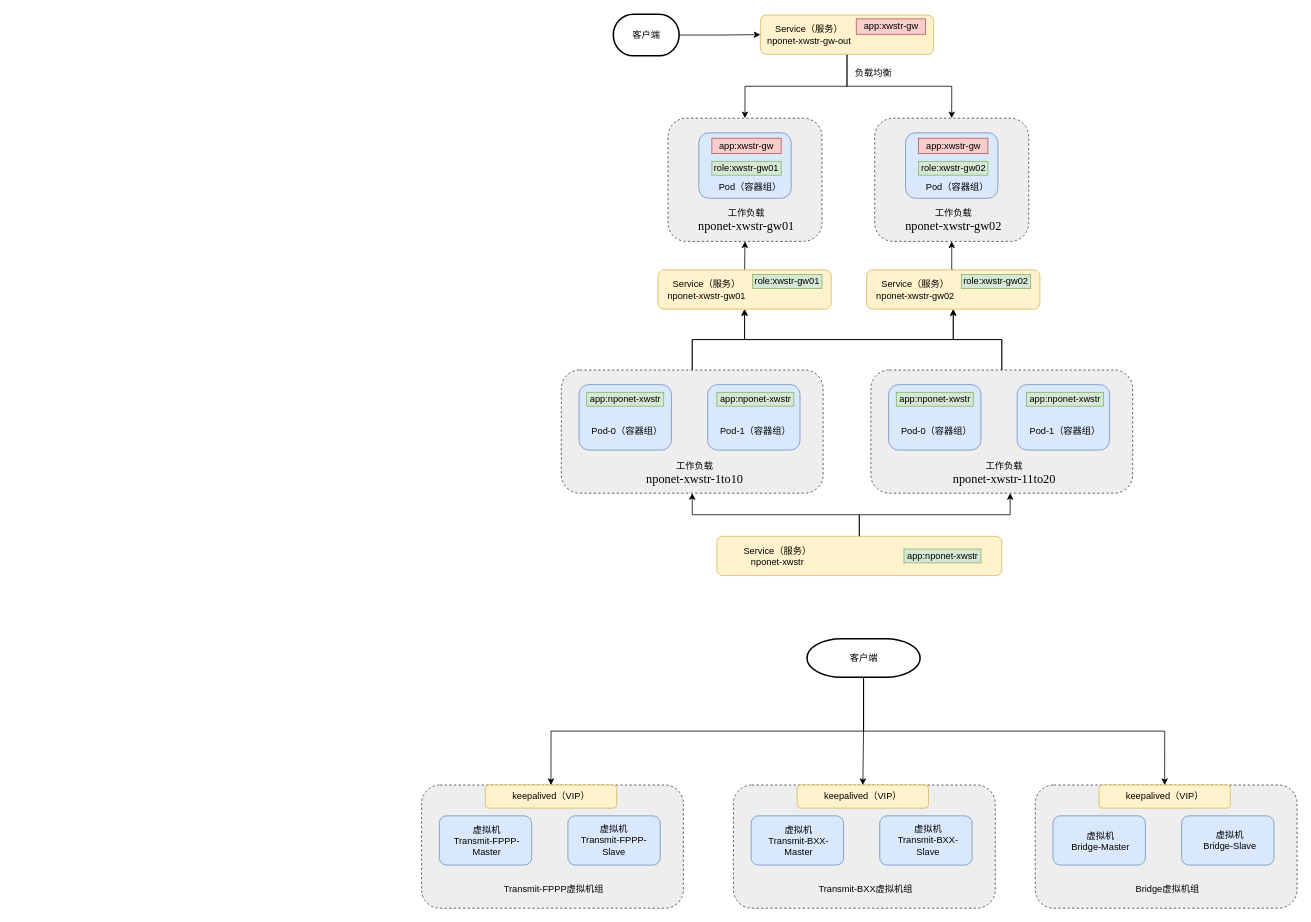
Above: page "近极轨卫星导航电文生成软件" (13 of 24) of xw实体模块（软件）部署.drawio in LingClassmate/diagrams (draw.io), before the change. Source tidied: cells renumbered, new cells numbered last; positions are measured from the earlier drawing's top-left corner, leaving out a move shared by most shapes. Both pictures are drawn from the tidied source at 77%, with x=0, y=0 at pixel (421, 14).
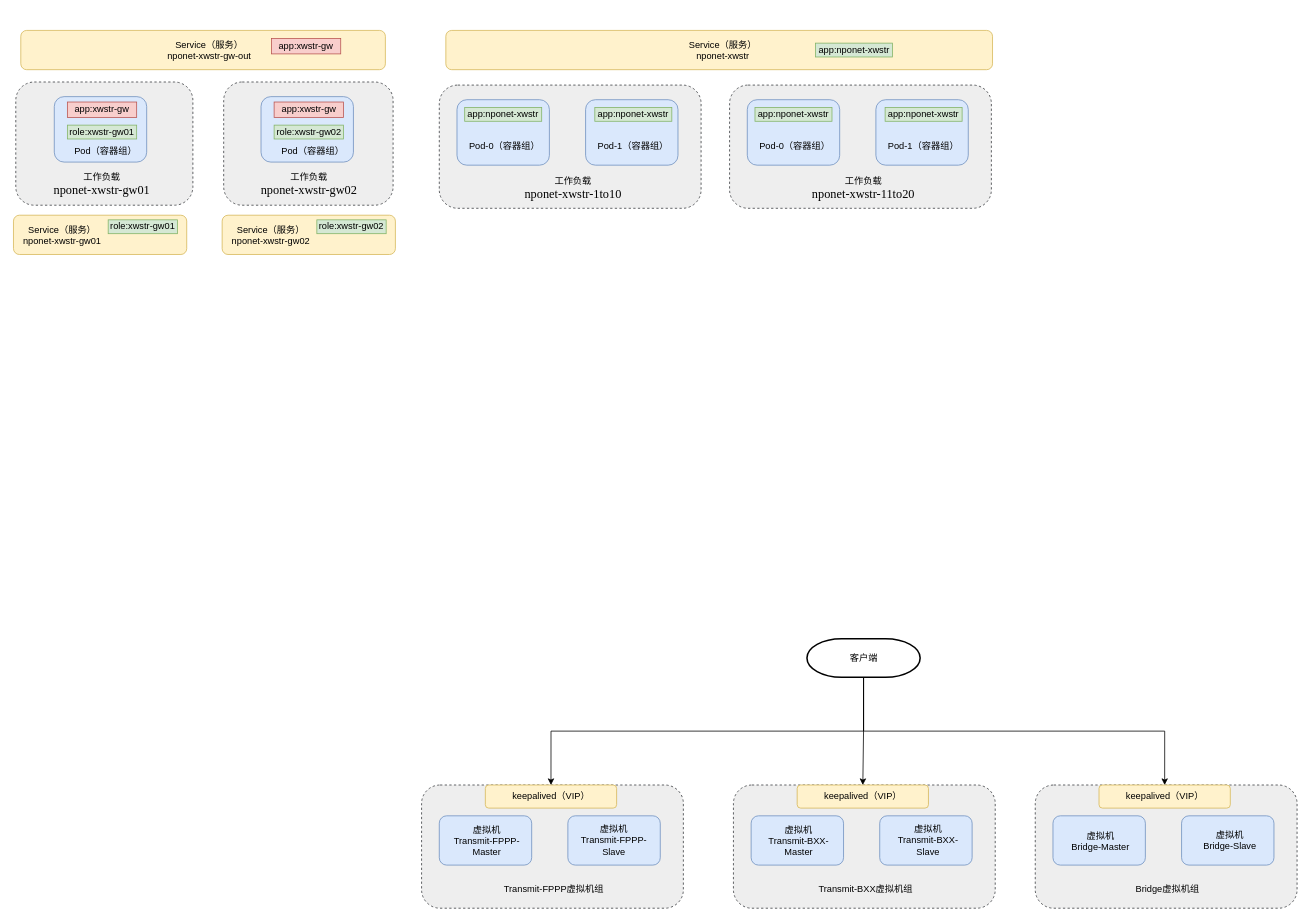
After the change.

Diff of the diagram source:
```diff
@@
-    <mxCell id="2" style="edgeStyle=orthogonalEdgeStyle;rounded=0;jettySize=auto;html=1;exitX=0.5;exitY=0;exitDx=0;exitDy=0;entryX=0.5;entryY=1;entryDx=0;entryDy=0;" parent="1" edge="1" source="3" target="4">
-      <mxGeometry relative="1" as="geometry" />
-    </mxCell>
     <mxCell id="3" style="rounded=1;whiteSpace=wrap;html=1;fillColor=#fff2cc;strokeColor=#d6b656;" parent="1" vertex="1">
-      <mxGeometry x="307" y="332" width="225" height="51" as="geometry" />
+      <mxGeometry x="-530" y="261" width="225" height="51" as="geometry" />
     </mxCell>
     <mxCell id="4" style="rounded=1;whiteSpace=wrap;html=1;dashed=1;fillColor=#eeeeee;strokeColor=#36393d;" parent="1" vertex="1">
-      <mxGeometry x="320" y="135" width="200" height="160" as="geometry" />
+      <mxGeometry x="-527" y="88" width="230" height="160" as="geometry" />
     </mxCell>
     <mxCell id="5" style="rounded=1;whiteSpace=wrap;html=1;fillColor=#dae8fc;strokeColor=#6c8ebf;" parent="1" vertex="1">
-      <mxGeometry x="360" y="154" width="120" height="85" as="geometry" />
+      <mxGeometry x="-477" y="107" width="120" height="85" as="geometry" />
     </mxCell>
-    <mxCell id="6" style="edgeStyle=orthogonalEdgeStyle;rounded=0;jettySize=auto;html=1;exitX=0.5;exitY=1;exitDx=0;exitDy=0;entryX=0.5;entryY=0;entryDx=0;entryDy=0;" parent="1" edge="1" source="8" target="4">
-      <mxGeometry relative="1" as="geometry" />
-    </mxCell>
-    <mxCell id="7" style="edgeStyle=orthogonalEdgeStyle;rounded=0;jettySize=auto;html=1;exitX=0.5;exitY=1;exitDx=0;exitDy=0;entryX=0.5;entryY=0;entryDx=0;entryDy=0;" parent="1" edge="1" source="8" target="17">
-      <mxGeometry relative="1" as="geometry" />
-    </mxCell>
     <mxCell id="8" style="rounded=1;whiteSpace=wrap;html=1;fillColor=#fff2cc;strokeColor=#d6b656;" parent="1" vertex="1">
-      <mxGeometry x="440" y="1" width="225" height="51" as="geometry" />
+      <mxGeometry x="-520.5" y="21" width="473.5" height="51" as="geometry" />
     </mxCell>
     <mxCell id="9" value="app:xwstr-gw" style="rounded=0;whiteSpace=wrap;html=1;fillColor=#f8cecc;strokeColor=#b85450;" parent="1" vertex="1">
-      <mxGeometry x="377" y="161" width="90" height="20" as="geometry" />
+      <mxGeometry x="-460" y="114" width="90" height="20" as="geometry" />
     </mxCell>
     <mxCell id="10" value="role:xwstr-gw01" style="rounded=0;whiteSpace=wrap;html=1;fillColor=#d5e8d4;strokeColor=#82b366;" parent="1" vertex="1">
-      <mxGeometry x="377" y="191" width="90" height="18" as="geometry" />
+      <mxGeometry x="-460" y="144" width="90" height="18" as="geometry" />
     </mxCell>
     <mxCell id="11" value="&lt;div&gt;工作负载&lt;/div&gt;&lt;div&gt;&lt;span style=&quot;font-size:12.0pt;mso-bidi-font-size:&lt;br/&gt;10.0pt;font-family:&amp;quot;Times New Roman&amp;quot;,serif;mso-fareast-font-family:宋体;&lt;br/&gt;mso-ansi-language:EN-US;mso-fareast-language:ZH-CN;mso-bidi-language:AR-SA&quot; lang=&quot;EN-US&quot;&gt;nponet-xwstr-gw01&lt;/span&gt;&lt;/div&gt;" style="text;html=1;align=center;verticalAlign=middle;whiteSpace=wrap;rounded=0;" parent="1" vertex="1">
-      <mxGeometry x="307" y="253" width="230" height="30" as="geometry" />
+      <mxGeometry x="-530" y="206" width="230" height="30" as="geometry" />
     </mxCell>
     <mxCell id="12" value="app:xwstr-gw" style="rounded=0;whiteSpace=wrap;html=1;fillColor=#f8cecc;strokeColor=#b85450;" parent="1" vertex="1">
-      <mxGeometry x="564.5" y="6" width="90" height="20" as="geometry" />
+      <mxGeometry x="-195" y="31.5" width="90" height="20" as="geometry" />
     </mxCell>
-    <mxCell id="13" value="负载均衡" style="text;html=1;align=center;verticalAlign=middle;whiteSpace=wrap;rounded=0;" parent="1" vertex="1">
-      <mxGeometry x="557" y="62" width="60" height="30" as="geometry" />
-    </mxCell>
     <mxCell id="14" value="role:xwstr-gw01" style="rounded=0;whiteSpace=wrap;html=1;fillColor=#d5e8d4;strokeColor=#82b366;" parent="1" vertex="1">
-      <mxGeometry x="430" y="338" width="90" height="18" as="geometry" />
+      <mxGeometry x="-407" y="267" width="90" height="18" as="geometry" />
     </mxCell>
     <mxCell id="15" value="Service（服务）&lt;br&gt;nponet-xwstr-gw-out" style="text;html=1;align=center;verticalAlign=middle;whiteSpace=wrap;rounded=0;" parent="1" vertex="1">
-      <mxGeometry x="445.5" y="11.5" width="115" height="30" as="geometry" />
+      <mxGeometry x="-333.5" y="31.5" width="115" height="30" as="geometry" />
     </mxCell>
     <mxCell id="16" value="Pod（容器组）" style="text;html=1;align=center;verticalAlign=middle;whiteSpace=wrap;rounded=0;" parent="1" vertex="1">
-      <mxGeometry x="377" y="210" width="100" height="30" as="geometry" />
+      <mxGeometry x="-460" y="163" width="100" height="30" as="geometry" />
     </mxCell>
     <mxCell id="17" style="rounded=1;whiteSpace=wrap;html=1;dashed=1;fillColor=#eeeeee;strokeColor=#36393d;" parent="1" vertex="1">
-      <mxGeometry x="588.5" y="135" width="200" height="160" as="geometry" />
+      <mxGeometry x="-257" y="88" width="220" height="160" as="geometry" />
     </mxCell>
     <mxCell id="18" style="rounded=1;whiteSpace=wrap;html=1;fillColor=#dae8fc;strokeColor=#6c8ebf;" parent="1" vertex="1">
-      <mxGeometry x="628.5" y="154" width="120" height="85" as="geometry" />
+      <mxGeometry x="-208.5" y="107" width="120" height="85" as="geometry" />
     </mxCell>
     <mxCell id="19" value="app:xwstr-gw" style="rounded=0;whiteSpace=wrap;html=1;fillColor=#f8cecc;strokeColor=#b85450;" parent="1" vertex="1">
-      <mxGeometry x="645.5" y="161" width="90" height="20" as="geometry" />
+      <mxGeometry x="-191.5" y="114" width="90" height="20" as="geometry" />
     </mxCell>
     <mxCell id="20" value="role:xwstr-gw02" style="rounded=0;whiteSpace=wrap;html=1;fillColor=#d5e8d4;strokeColor=#82b366;" parent="1" vertex="1">
-      <mxGeometry x="645.5" y="191" width="90" height="18" as="geometry" />
+      <mxGeometry x="-191.5" y="144" width="90" height="18" as="geometry" />
     </mxCell>
     <mxCell id="21" value="&lt;div&gt;工作负载&lt;/div&gt;&lt;div&gt;&lt;span style=&quot;font-size:12.0pt;mso-bidi-font-size:&lt;br/&gt;10.0pt;font-family:&amp;quot;Times New Roman&amp;quot;,serif;mso-fareast-font-family:宋体;&lt;br/&gt;mso-ansi-language:EN-US;mso-fareast-language:ZH-CN;mso-bidi-language:AR-SA&quot; lang=&quot;EN-US&quot;&gt;nponet-xwstr-gw02&lt;/span&gt;&lt;/div&gt;" style="text;html=1;align=center;verticalAlign=middle;whiteSpace=wrap;rounded=0;" parent="1" vertex="1">
-      <mxGeometry x="575.5" y="253" width="230" height="30" as="geometry" />
+      <mxGeometry x="-261.5" y="206" width="230" height="30" as="geometry" />
     </mxCell>
     <mxCell id="22" value="Pod（容器组）" style="text;html=1;align=center;verticalAlign=middle;whiteSpace=wrap;rounded=0;" parent="1" vertex="1">
-      <mxGeometry x="645.5" y="210" width="100" height="30" as="geometry" />
+      <mxGeometry x="-191.5" y="163" width="100" height="30" as="geometry" />
     </mxCell>
     <mxCell id="23" value="Service（服务）&lt;br&gt;nponet-xwstr-gw01" style="text;html=1;align=center;verticalAlign=middle;whiteSpace=wrap;rounded=0;" parent="1" vertex="1">
-      <mxGeometry x="312.5" y="342.5" width="115" height="30" as="geometry" />
+      <mxGeometry x="-524.5" y="271.5" width="115" height="30" as="geometry" />
     </mxCell>
-    <mxCell id="24" style="edgeStyle=orthogonalEdgeStyle;rounded=0;jettySize=auto;html=1;exitX=0.5;exitY=0;exitDx=0;exitDy=0;entryX=0.5;entryY=1;entryDx=0;entryDy=0;" parent="1" edge="1" source="25" target="17">
-      <mxGeometry relative="1" as="geometry" />
-    </mxCell>
     <mxCell id="25" style="rounded=1;whiteSpace=wrap;html=1;fillColor=#fff2cc;strokeColor=#d6b656;" parent="1" vertex="1">
-      <mxGeometry x="578" y="332" width="225" height="51" as="geometry" />
+      <mxGeometry x="-259" y="261" width="225" height="51" as="geometry" />
     </mxCell>
     <mxCell id="26" value="role:xwstr-gw02" style="rounded=0;whiteSpace=wrap;html=1;fillColor=#d5e8d4;strokeColor=#82b366;" parent="1" vertex="1">
-      <mxGeometry x="701" y="338" width="90" height="18" as="geometry" />
+      <mxGeometry x="-136" y="267" width="90" height="18" as="geometry" />
     </mxCell>
     <mxCell id="27" value="Service（服务）&lt;br&gt;nponet-xwstr-gw02" style="text;html=1;align=center;verticalAlign=middle;whiteSpace=wrap;rounded=0;" parent="1" vertex="1">
-      <mxGeometry x="583.5" y="342.5" width="115" height="30" as="geometry" />
+      <mxGeometry x="-253.5" y="271.5" width="115" height="30" as="geometry" />
     </mxCell>
-    <mxCell id="28" style="edgeStyle=orthogonalEdgeStyle;rounded=0;jettySize=auto;html=1;exitX=0.5;exitY=0;exitDx=0;exitDy=0;entryX=0.5;entryY=1;entryDx=0;entryDy=0;" parent="1" edge="1" source="30" target="3">
-      <mxGeometry relative="1" as="geometry" />
-    </mxCell>
-    <mxCell id="29" style="edgeStyle=orthogonalEdgeStyle;rounded=0;jettySize=auto;html=1;exitX=0.5;exitY=0;exitDx=0;exitDy=0;entryX=0.5;entryY=1;entryDx=0;entryDy=0;" parent="1" edge="1" source="30" target="25">
-      <mxGeometry relative="1" as="geometry" />
-    </mxCell>
     <mxCell id="30" style="rounded=1;whiteSpace=wrap;html=1;dashed=1;fillColor=#eeeeee;strokeColor=#36393d;" parent="1" vertex="1">
-      <mxGeometry x="181.5" y="462" width="340" height="160" as="geometry" />
+      <mxGeometry x="23" y="92" width="340" height="160" as="geometry" />
     </mxCell>
     <mxCell id="31" style="rounded=1;whiteSpace=wrap;html=1;fillColor=#dae8fc;strokeColor=#6c8ebf;" parent="1" vertex="1">
-      <mxGeometry x="204.5" y="481" width="120" height="85" as="geometry" />
+      <mxGeometry x="46" y="111" width="120" height="85" as="geometry" />
     </mxCell>
     <mxCell id="32" value="app:nponet-xwstr" style="rounded=0;whiteSpace=wrap;html=1;fillColor=#d5e8d4;strokeColor=#82b366;" parent="1" vertex="1">
-      <mxGeometry x="214.5" y="491" width="100" height="18" as="geometry" />
+      <mxGeometry x="56" y="121" width="100" height="18" as="geometry" />
     </mxCell>
     <mxCell id="33" value="&lt;div&gt;工作负载&lt;/div&gt;&lt;div&gt;&lt;span style=&quot;font-size:12.0pt;mso-bidi-font-size:&lt;br/&gt;10.0pt;font-family:&amp;quot;Times New Roman&amp;quot;,serif;mso-fareast-font-family:宋体;&lt;br/&gt;mso-ansi-language:EN-US;mso-fareast-language:ZH-CN;mso-bidi-language:AR-SA&quot; lang=&quot;EN-US&quot;&gt;nponet-xwstr-1to10&lt;/span&gt;&lt;/div&gt;" style="text;html=1;align=center;verticalAlign=middle;whiteSpace=wrap;rounded=0;" parent="1" vertex="1">
-      <mxGeometry x="240" y="581" width="230" height="30" as="geometry" />
+      <mxGeometry x="81.5" y="211" width="230" height="30" as="geometry" />
     </mxCell>
     <mxCell id="34" value="Pod-0（容器组）" style="text;html=1;align=center;verticalAlign=middle;whiteSpace=wrap;rounded=0;" parent="1" vertex="1">
-      <mxGeometry x="216.5" y="527" width="100" height="30" as="geometry" />
+      <mxGeometry x="58" y="157" width="100" height="30" as="geometry" />
     </mxCell>
     <mxCell id="35" style="rounded=1;whiteSpace=wrap;html=1;fillColor=#dae8fc;strokeColor=#6c8ebf;" parent="1" vertex="1">
-      <mxGeometry x="371.5" y="481" width="120" height="85" as="geometry" />
+      <mxGeometry x="213" y="111" width="120" height="85" as="geometry" />
     </mxCell>
     <mxCell id="36" value="Pod-1（容器组）" style="text;html=1;align=center;verticalAlign=middle;whiteSpace=wrap;rounded=0;" parent="1" vertex="1">
-      <mxGeometry x="383.5" y="527" width="100" height="30" as="geometry" />
+      <mxGeometry x="225" y="157" width="100" height="30" as="geometry" />
     </mxCell>
     <mxCell id="37" value="app:nponet-xwstr" style="rounded=0;whiteSpace=wrap;html=1;fillColor=#d5e8d4;strokeColor=#82b366;" parent="1" vertex="1">
-      <mxGeometry x="383.5" y="491" width="100" height="18" as="geometry" />
+      <mxGeometry x="225" y="121" width="100" height="18" as="geometry" />
     </mxCell>
-    <mxCell id="38" style="edgeStyle=orthogonalEdgeStyle;rounded=0;jettySize=auto;html=1;exitX=0.5;exitY=0;exitDx=0;exitDy=0;entryX=0.5;entryY=1;entryDx=0;entryDy=0;" parent="1" edge="1" source="40" target="25">
-      <mxGeometry relative="1" as="geometry" />
-    </mxCell>
-    <mxCell id="39" style="edgeStyle=orthogonalEdgeStyle;rounded=0;jettySize=auto;html=1;exitX=0.5;exitY=0;exitDx=0;exitDy=0;entryX=0.5;entryY=1;entryDx=0;entryDy=0;" parent="1" edge="1" source="40" target="3">
-      <mxGeometry relative="1" as="geometry" />
-    </mxCell>
     <mxCell id="40" style="rounded=1;whiteSpace=wrap;html=1;dashed=1;fillColor=#eeeeee;strokeColor=#36393d;" parent="1" vertex="1">
-      <mxGeometry x="583.5" y="462" width="340" height="160" as="geometry" />
+      <mxGeometry x="400" y="92" width="340" height="160" as="geometry" />
     </mxCell>
     <mxCell id="41" style="rounded=1;whiteSpace=wrap;html=1;fillColor=#dae8fc;strokeColor=#6c8ebf;" parent="1" vertex="1">
-      <mxGeometry x="606.5" y="481" width="120" height="85" as="geometry" />
+      <mxGeometry x="423" y="111" width="120" height="85" as="geometry" />
     </mxCell>
     <mxCell id="42" value="app:nponet-xwstr" style="rounded=0;whiteSpace=wrap;html=1;fillColor=#d5e8d4;strokeColor=#82b366;" parent="1" vertex="1">
-      <mxGeometry x="616.5" y="491" width="100" height="18" as="geometry" />
+      <mxGeometry x="433" y="121" width="100" height="18" as="geometry" />
     </mxCell>
     <mxCell id="43" value="&lt;div&gt;工作负载&lt;/div&gt;&lt;div&gt;&lt;span style=&quot;font-size:12.0pt;mso-bidi-font-size:&lt;br/&gt;10.0pt;font-family:&amp;quot;Times New Roman&amp;quot;,serif;mso-fareast-font-family:宋体;&lt;br/&gt;mso-ansi-language:EN-US;mso-fareast-language:ZH-CN;mso-bidi-language:AR-SA&quot; lang=&quot;EN-US&quot;&gt;nponet-xwstr-11to20&lt;/span&gt;&lt;/div&gt;" style="text;html=1;align=center;verticalAlign=middle;whiteSpace=wrap;rounded=0;" parent="1" vertex="1">
-      <mxGeometry x="642" y="581" width="230" height="30" as="geometry" />
+      <mxGeometry x="458.5" y="211" width="230" height="30" as="geometry" />
     </mxCell>
     <mxCell id="44" value="Pod-0（容器组）" style="text;html=1;align=center;verticalAlign=middle;whiteSpace=wrap;rounded=0;" parent="1" vertex="1">
-      <mxGeometry x="618.5" y="527" width="100" height="30" as="geometry" />
+      <mxGeometry x="435" y="157" width="100" height="30" as="geometry" />
     </mxCell>
     <mxCell id="45" style="rounded=1;whiteSpace=wrap;html=1;fillColor=#dae8fc;strokeColor=#6c8ebf;" parent="1" vertex="1">
-      <mxGeometry x="773.5" y="481" width="120" height="85" as="geometry" />
+      <mxGeometry x="590" y="111" width="120" height="85" as="geometry" />
     </mxCell>
     <mxCell id="46" value="Pod-1（容器组）" style="text;html=1;align=center;verticalAlign=middle;whiteSpace=wrap;rounded=0;" parent="1" vertex="1">
-      <mxGeometry x="785.5" y="527" width="100" height="30" as="geometry" />
+      <mxGeometry x="602" y="157" width="100" height="30" as="geometry" />
     </mxCell>
     <mxCell id="47" value="app:nponet-xwstr" style="rounded=0;whiteSpace=wrap;html=1;fillColor=#d5e8d4;strokeColor=#82b366;" parent="1" vertex="1">
-      <mxGeometry x="785.5" y="491" width="100" height="18" as="geometry" />
+      <mxGeometry x="602" y="121" width="100" height="18" as="geometry" />
     </mxCell>
-    <mxCell id="48" style="edgeStyle=orthogonalEdgeStyle;rounded=0;jettySize=auto;html=1;exitX=0.5;exitY=0;exitDx=0;exitDy=0;entryX=0.5;entryY=1;entryDx=0;entryDy=0;" parent="1" edge="1" source="49" target="30">
-      <mxGeometry relative="1" as="geometry" />
-    </mxCell>
     <mxCell id="49" style="rounded=1;whiteSpace=wrap;html=1;fillColor=#fff2cc;strokeColor=#d6b656;" parent="1" vertex="1">
-      <mxGeometry x="383.5" y="678" width="370" height="51" as="geometry" />
+      <mxGeometry x="31.5" y="21" width="710" height="51" as="geometry" />
     </mxCell>
     <mxCell id="50" value="Service（服务）&lt;br&gt;nponet-xwstr" style="text;html=1;align=center;verticalAlign=middle;whiteSpace=wrap;rounded=0;" parent="1" vertex="1">
-      <mxGeometry x="405" y="688.5" width="115" height="30" as="geometry" />
+      <mxGeometry x="334" y="31.5" width="115" height="30" as="geometry" />
     </mxCell>
     <mxCell id="51" value="app:nponet-xwstr" style="rounded=0;whiteSpace=wrap;html=1;fillColor=#d5e8d4;strokeColor=#82b366;" parent="1" vertex="1">
-      <mxGeometry x="626.5" y="694.5" width="100" height="18" as="geometry" />
+      <mxGeometry x="511.5" y="37.5" width="100" height="18" as="geometry" />
     </mxCell>
-    <mxCell id="52" style="edgeStyle=orthogonalEdgeStyle;rounded=0;jettySize=auto;html=1;exitX=0.5;exitY=0;exitDx=0;exitDy=0;entryX=0.532;entryY=1;entryDx=0;entryDy=0;entryPerimeter=0;" parent="1" edge="1" source="49" target="40">
-      <mxGeometry relative="1" as="geometry" />
-    </mxCell>
@@
-    <mxCell id="74" style="edgeStyle=orthogonalEdgeStyle;rounded=0;jettySize=auto;html=1;exitX=1;exitY=0.5;exitDx=0;exitDy=0;exitPerimeter=0;entryX=0;entryY=0.5;entryDx=0;entryDy=0;" parent="1" edge="1" source="75" target="8">
-      <mxGeometry relative="1" as="geometry" />
-    </mxCell>
-    <mxCell id="75" value="客户端" style="strokeWidth=2;html=1;shape=mxgraph.flowchart.terminator;whiteSpace=wrap;" parent="1" vertex="1">
-      <mxGeometry x="249" width="85.5" height="54" as="geometry" />
-    </mxCell>
```
